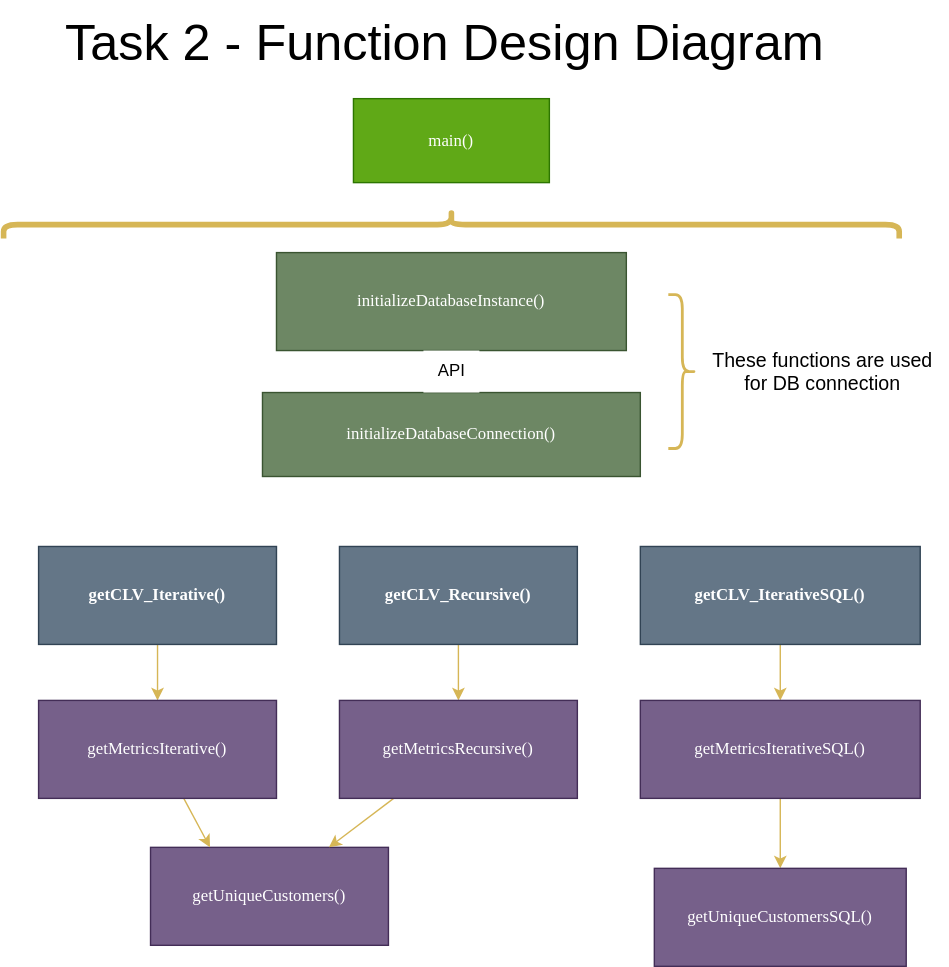
Musiik-fn/622-Final-Project keeps this draw.io diagram as Task 2/Task2_Functions_Flow.svg. Above is the earlier version. Source tidied: cells renumbered, new cells last; positions are measured from the earlier drawing's top-left corner, leaving out a move shared by most shapes.
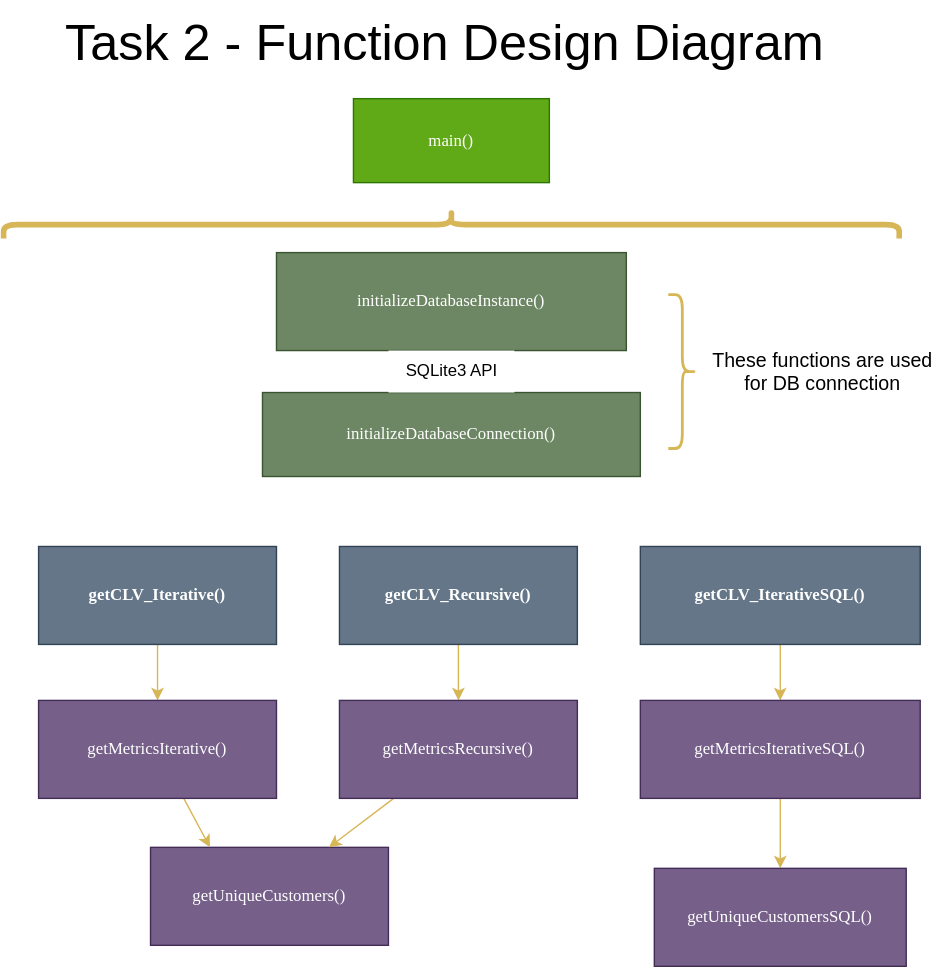
Above is the later version.

Commit message:
mintor figure changes.

Change to the diagram source:
```diff
@@ -35,8 +35,8 @@
     <mxCell id="12" style="edgeStyle=none;html=1;fontSize=36;" parent="1" edge="1" source="13" target="2">
       <mxGeometry relative="1" as="geometry" />
     </mxCell>
-    <mxCell id="13" value="API" style="text;html=1;align=center;verticalAlign=middle;points=[];strokeColor=none;fillColor=default;" parent="1" vertex="1">
-      <mxGeometry x="275" y="410" width="40" height="30" as="geometry" />
+    <mxCell id="13" value="SQLite3 API" style="text;html=1;align=center;verticalAlign=middle;points=[];strokeColor=none;fillColor=default;" parent="1" vertex="1">
+      <mxGeometry x="250" y="410" width="90" height="30" as="geometry" />
     </mxCell>
     <mxCell id="14" style="edgeStyle=none;html=1;entryX=0.75;entryY=0;entryDx=0;entryDy=0;fillColor=#fff2cc;strokeColor=#d6b656;" parent="1" edge="1" source="15" target="8">
       <mxGeometry relative="1" as="geometry" />
```
